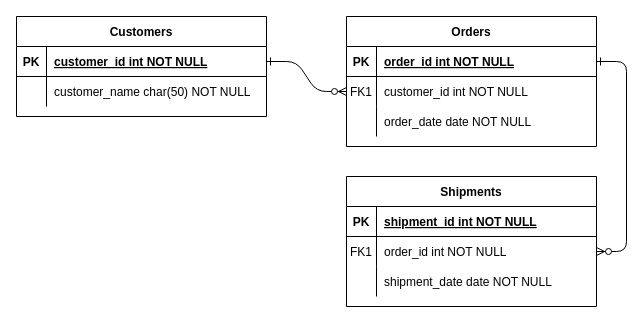
marialisath/database keeps this draw.io diagram as Untitled Diagram.drawio. Above is the earlier version. Source tidied: cells renumbered, new cells numbered last; positions are measured from the earlier drawing's top-left corner, leaving out a move shared by most shapes. Both pictures are drawn from the tidied source at 100%, with x=0, y=0 at pixel (16, 16).
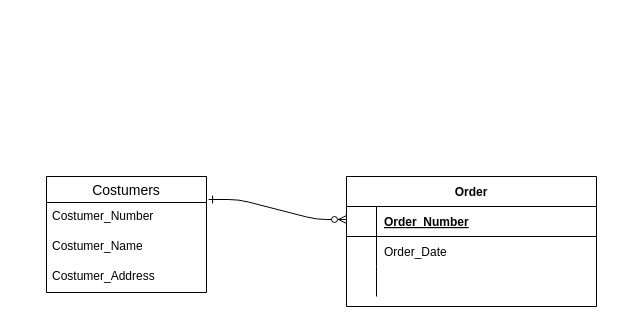
The same diagram, later.

Unchanged cells that the change refers to:
```xml
<mxCell id="15" style="shape=partialRectangle;fillColor=none;top=0;left=0;right=0;bottom=1;" parent="14" vertex="1">
  <mxGeometry y="30" width="250" height="30" as="geometry" />
</mxCell>
<mxCell id="18" style="shape=partialRectangle;fillColor=none;points=[[0,0.5],[1,0.5]];portConstraint=eastwest;top=0;left=0;right=0;bottom=0;" parent="14" vertex="1">
  <mxGeometry y="60" width="250" height="30" as="geometry" />
</mxCell>
<mxCell id="21" style="shape=partialRectangle;fillColor=none;top=0;left=0;right=0;bottom=0;" parent="14" vertex="1">
  <mxGeometry y="90" width="250" height="30" as="geometry" />
</mxCell>
```

What changed in the source:
```diff
@@
-    <mxCell id="2" style="edgeStyle=entityRelationEdgeStyle;endArrow=ERzeroToMany;startArrow=ERone;endFill=1;startFill=0;" parent="1" edge="1" source="25" target="8">
-      <mxGeometry relative="1" as="geometry" />
+    <mxCell id="2" style="edgeStyle=entityRelationEdgeStyle;endArrow=ERzeroToMany;startArrow=ERone;endFill=1;startFill=0;exitX=1.013;exitY=-0.1;exitDx=0;exitDy=0;exitPerimeter=0;" parent="1" edge="1" source="32">
+      <mxGeometry relative="1" as="geometry">
+        <mxPoint x="330" y="203" as="targetPoint" />
+      </mxGeometry>
     </mxCell>
-    <mxCell id="3" style="edgeStyle=entityRelationEdgeStyle;endArrow=ERzeroToMany;startArrow=ERone;endFill=1;startFill=0;" parent="1" edge="1" source="5" target="18">
-      <mxGeometry relative="1" as="geometry" />
-    </mxCell>
-    <mxCell id="4" value="Orders" style="shape=table;startSize=30;childLayout=tableLayout;rowLines=0;fontStyle=1;align=center;" parent="1" vertex="1">
-      <mxGeometry x="330" width="250" height="130" as="geometry" />
-    </mxCell>
-    <mxCell id="5" style="shape=partialRectangle;fillColor=none;points=[[0,0.5],[1,0.5]];portConstraint=eastwest;top=0;left=0;right=0;bottom=1;" parent="4" vertex="1">
-      <mxGeometry y="30" width="250" height="30" as="geometry" />
-    </mxCell>
-    <mxCell id="6" value="PK" style="shape=partialRectangle;overflow=hidden;fillColor=none;top=0;left=0;bottom=0;right=0;fontStyle=1;" parent="5" vertex="1">
-      <mxGeometry width="30" height="30" as="geometry" />
-    </mxCell>
-    <mxCell id="7" value="order_id int NOT NULL " style="shape=partialRectangle;overflow=hidden;fillColor=none;top=0;left=0;bottom=0;right=0;align=left;spacingLeft=6;fontStyle=5;" parent="5" vertex="1">
-      <mxGeometry x="30" width="220" height="30" as="geometry" />
-    </mxCell>
-    <mxCell id="8" style="shape=partialRectangle;fillColor=none;points=[[0,0.5],[1,0.5]];portConstraint=eastwest;top=0;left=0;right=0;bottom=0;" parent="4" vertex="1">
-      <mxGeometry y="60" width="250" height="30" as="geometry" />
-    </mxCell>
-    <mxCell id="9" value="FK1" style="shape=partialRectangle;overflow=hidden;fillColor=none;top=0;left=0;bottom=0;right=0;" parent="8" vertex="1">
-      <mxGeometry width="30" height="30" as="geometry" />
-    </mxCell>
-    <mxCell id="10" value="customer_id int NOT NULL" style="shape=partialRectangle;overflow=hidden;fillColor=none;top=0;left=0;bottom=0;right=0;align=left;spacingLeft=6;" parent="8" vertex="1">
-      <mxGeometry x="30" width="220" height="30" as="geometry" />
-    </mxCell>
-    <mxCell id="11" style="shape=partialRectangle;fillColor=none;top=0;left=0;right=0;bottom=0;" parent="4" vertex="1">
-      <mxGeometry y="90" width="250" height="30" as="geometry" />
-    </mxCell>
-    <mxCell id="12" style="shape=partialRectangle;overflow=hidden;fillColor=none;top=0;left=0;bottom=0;right=0;" parent="11" vertex="1">
-      <mxGeometry width="30" height="30" as="geometry" />
-    </mxCell>
-    <mxCell id="13" value="order_date date NOT NULL" style="shape=partialRectangle;overflow=hidden;fillColor=none;top=0;left=0;bottom=0;right=0;align=left;spacingLeft=6;" parent="11" vertex="1">
-      <mxGeometry x="30" width="220" height="30" as="geometry" />
-    </mxCell>
-    <mxCell id="14" value="Shipments" style="shape=table;startSize=30;childLayout=tableLayout;rowLines=0;fontStyle=1;align=center;" parent="1" vertex="1">
+    <mxCell id="14" value="Order" style="shape=table;startSize=30;childLayout=tableLayout;rowLines=0;fontStyle=1;align=center;" parent="1" vertex="1">
       <mxGeometry x="330" y="160" width="250" height="130" as="geometry" />
     </mxCell>
@@
-    <mxCell id="16" value="PK" style="shape=partialRectangle;overflow=hidden;fillColor=none;top=0;left=0;bottom=0;right=0;fontStyle=1;" parent="15" vertex="1">
+    <mxCell id="16" style="shape=partialRectangle;overflow=hidden;fillColor=none;top=0;left=0;bottom=0;right=0;fontStyle=1;" parent="15" vertex="1">
       <mxGeometry width="30" height="30" as="geometry" />
     </mxCell>
-    <mxCell id="17" value="shipment_id int NOT NULL " style="shape=partialRectangle;overflow=hidden;fillColor=none;top=0;left=0;bottom=0;right=0;align=left;spacingLeft=6;fontStyle=5;" parent="15" vertex="1">
+    <mxCell id="17" value="Order_Number" style="shape=partialRectangle;overflow=hidden;fillColor=none;top=0;left=0;bottom=0;right=0;align=left;spacingLeft=6;fontStyle=5;" parent="15" vertex="1">
       <mxGeometry x="30" width="220" height="30" as="geometry" />
     </mxCell>
@@
-    <mxCell id="19" value="FK1" style="shape=partialRectangle;overflow=hidden;fillColor=none;top=0;left=0;bottom=0;right=0;" parent="18" vertex="1">
+    <mxCell id="19" style="shape=partialRectangle;overflow=hidden;fillColor=none;top=0;left=0;bottom=0;right=0;" parent="18" vertex="1">
       <mxGeometry width="30" height="30" as="geometry" />
     </mxCell>
-    <mxCell id="20" value="order_id int NOT NULL" style="shape=partialRectangle;overflow=hidden;fillColor=none;top=0;left=0;bottom=0;right=0;align=left;spacingLeft=6;" parent="18" vertex="1">
+    <mxCell id="20" value="Order_Date" style="shape=partialRectangle;overflow=hidden;fillColor=none;top=0;left=0;bottom=0;right=0;align=left;spacingLeft=6;" parent="18" vertex="1">
       <mxGeometry x="30" width="220" height="30" as="geometry" />
     </mxCell>
@@
-    <mxCell id="23" value="shipment_date date NOT NULL" style="shape=partialRectangle;overflow=hidden;fillColor=none;top=0;left=0;bottom=0;right=0;align=left;spacingLeft=6;" parent="21" vertex="1">
+    <mxCell id="23" style="shape=partialRectangle;overflow=hidden;fillColor=none;top=0;left=0;bottom=0;right=0;align=left;spacingLeft=6;" parent="21" vertex="1">
       <mxGeometry x="30" width="220" height="30" as="geometry" />
     </mxCell>
-    <mxCell id="24" value="Customers" style="shape=table;startSize=30;childLayout=tableLayout;rowLines=0;fontStyle=1;align=center;" parent="1" vertex="1">
-      <mxGeometry width="250" height="100" as="geometry" />
-    </mxCell>
-    <mxCell id="25" style="shape=partialRectangle;fillColor=none;points=[[0,0.5],[1,0.5]];portConstraint=eastwest;top=0;left=0;right=0;bottom=1;" parent="24" vertex="1">
-      <mxGeometry y="30" width="250" height="30" as="geometry" />
-    </mxCell>
-    <mxCell id="26" value="PK" style="shape=partialRectangle;overflow=hidden;fillColor=none;top=0;left=0;bottom=0;right=0;fontStyle=1;" parent="25" vertex="1">
-      <mxGeometry width="30" height="30" as="geometry" />
-    </mxCell>
-    <mxCell id="27" value="customer_id int NOT NULL " style="shape=partialRectangle;overflow=hidden;fillColor=none;top=0;left=0;bottom=0;right=0;align=left;spacingLeft=6;fontStyle=5;" parent="25" vertex="1">
-      <mxGeometry x="30" width="220" height="30" as="geometry" />
-    </mxCell>
-    <mxCell id="28" style="shape=partialRectangle;fillColor=none;top=0;left=0;right=0;bottom=0;" parent="24" vertex="1">
-      <mxGeometry y="60" width="250" height="30" as="geometry" />
-    </mxCell>
-    <mxCell id="29" style="shape=partialRectangle;overflow=hidden;fillColor=none;top=0;left=0;bottom=0;right=0;" parent="28" vertex="1">
-      <mxGeometry width="30" height="30" as="geometry" />
-    </mxCell>
-    <mxCell id="30" value="customer_name char(50) NOT NULL" style="shape=partialRectangle;overflow=hidden;fillColor=none;top=0;left=0;bottom=0;right=0;align=left;spacingLeft=6;" parent="28" vertex="1">
-      <mxGeometry x="30" width="220" height="30" as="geometry" />
-    </mxCell>
+    <mxCell id="31" value="Costumers" style="swimlane;fontStyle=0;horizontal=1;startSize=26;align=center;fontSize=14;strokeColor=default;" parent="1" vertex="1">
+      <mxGeometry x="30" y="160" width="160" height="116" as="geometry" />
+    </mxCell>
+    <mxCell id="32" value="Costumer_Number" style="text;strokeColor=none;fillColor=none;spacingLeft=4;spacingRight=4;overflow=hidden;points=[[0,0.5],[1,0.5]];portConstraint=eastwest;fontSize=12;" parent="31" vertex="1">
+      <mxGeometry y="26" width="160" height="30" as="geometry" />
+    </mxCell>
+    <mxCell id="33" value="Costumer_Name" style="text;strokeColor=none;fillColor=none;spacingLeft=4;spacingRight=4;overflow=hidden;fontSize=12;" parent="31" vertex="1">
+      <mxGeometry y="56" width="160" height="30" as="geometry" />
+    </mxCell>
+    <mxCell id="34" value="Costumer_Address" style="text;strokeColor=none;fillColor=none;spacingLeft=4;spacingRight=4;overflow=hidden;fontSize=12;" parent="31" vertex="1">
+      <mxGeometry y="86" width="160" height="30" as="geometry" />
+    </mxCell>
```
